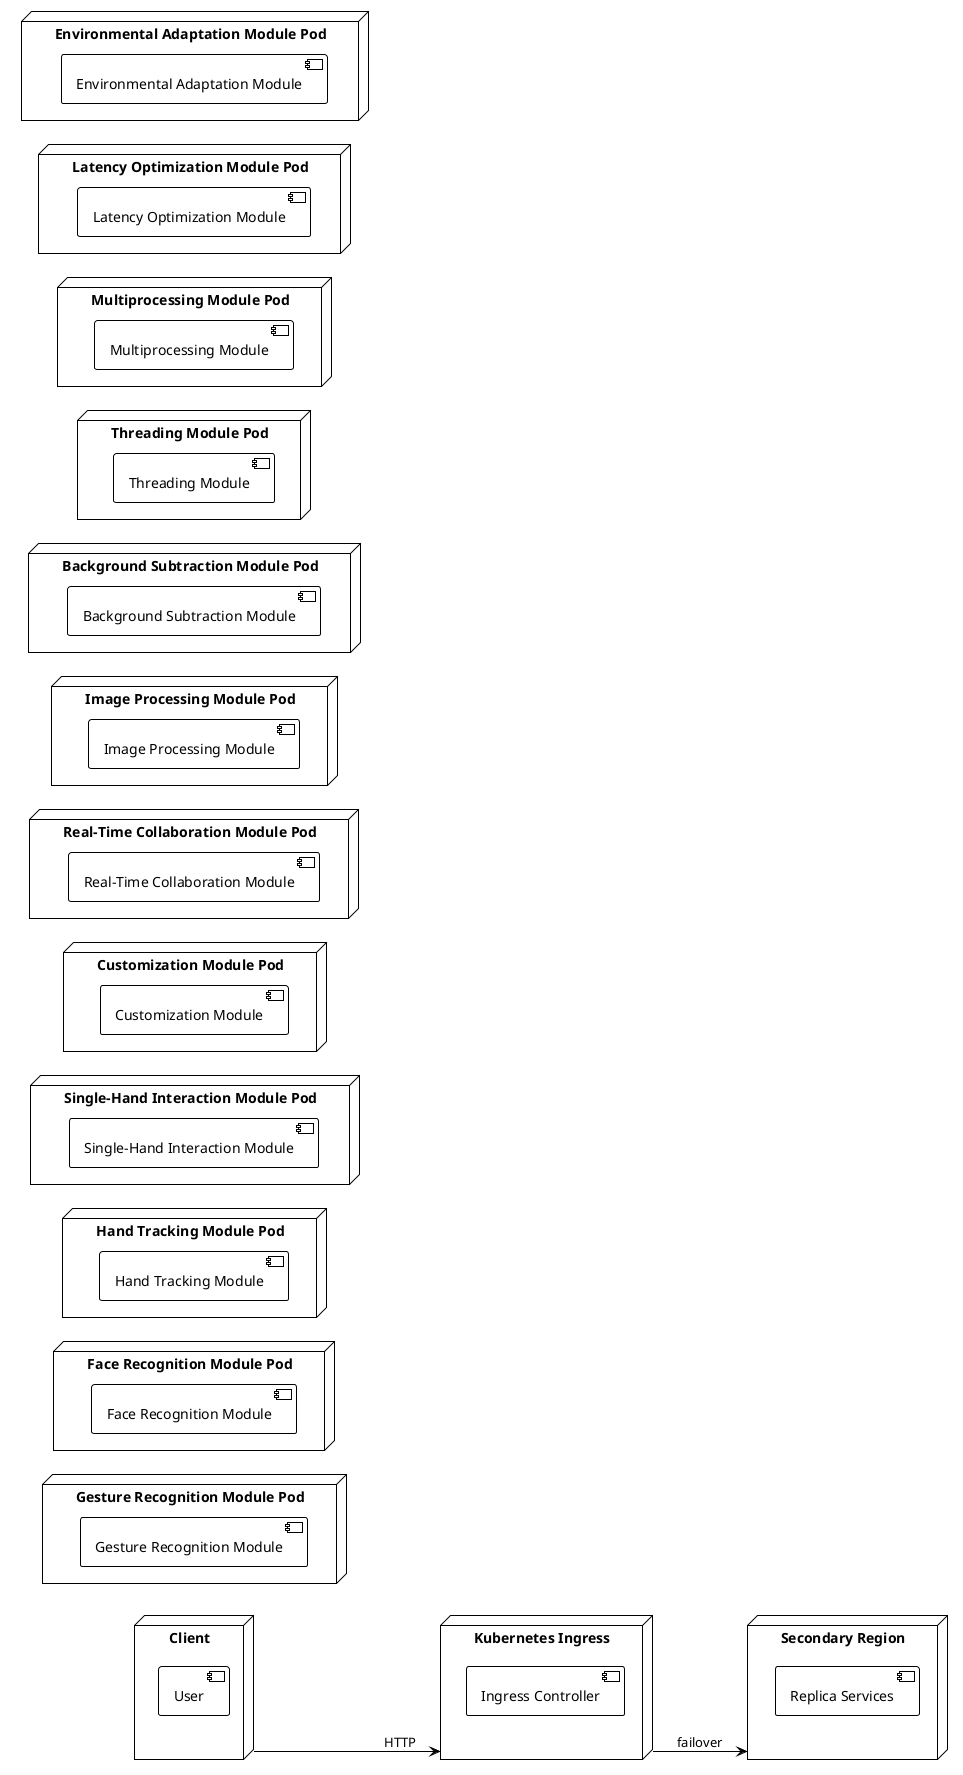
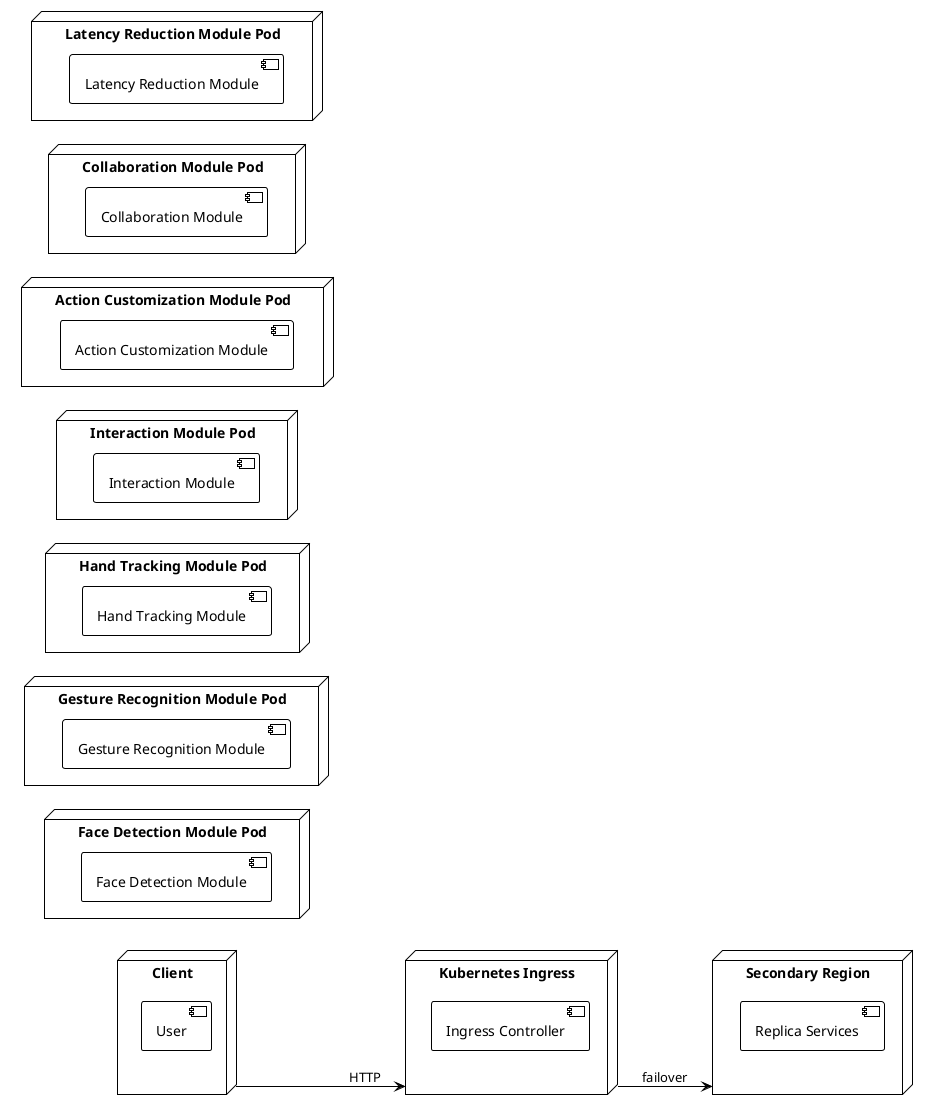
@startuml
!theme plain
left to right direction
node "Client" {
  component "User"
}
node "Kubernetes Ingress" as IngressController {
  component "Ingress Controller"
}
+ node "Face Detection Module Pod" as FaceDetectionModulePod {
+   component "Face Detection Module"
+ }
node "Gesture Recognition Module Pod" as GestureRecognitionModulePod {
  component "Gesture Recognition Module"
- }
- node "Face Recognition Module Pod" as FaceRecognitionModulePod {
-   component "Face Recognition Module"
}
node "Hand Tracking Module Pod" as HandTrackingModulePod {
  component "Hand Tracking Module"
}
- node "Single-Hand Interaction Module Pod" as SingleHandInteractionModulePod {
-   component "Single-Hand Interaction Module"
+ node "Interaction Module Pod" as InteractionModulePod {
+   component "Interaction Module"
}
- node "Customization Module Pod" as CustomizationModulePod {
-   component "Customization Module"
+ node "Action Customization Module Pod" as ActionCustomizationModulePod {
+   component "Action Customization Module"
}
- node "Real-Time Collaboration Module Pod" as RealTimeCollaborationModulePod {
-   component "Real-Time Collaboration Module"
+ node "Collaboration Module Pod" as CollaborationModulePod {
+   component "Collaboration Module"
}
- node "Image Processing Module Pod" as ImageProcessingModulePod {
-   component "Image Processing Module"
- }
- node "Background Subtraction Module Pod" as BackgroundSubtractionModulePod {
-   component "Background Subtraction Module"
- }
- node "Threading Module Pod" as ThreadingModulePod {
-   component "Threading Module"
- }
- node "Multiprocessing Module Pod" as MultiprocessingModulePod {
-   component "Multiprocessing Module"
- }
- node "Latency Optimization Module Pod" as LatencyOptimizationModulePod {
-   component "Latency Optimization Module"
- }
- node "Environmental Adaptation Module Pod" as EnvironmentalAdaptationModulePod {
-   component "Environmental Adaptation Module"
+ node "Latency Reduction Module Pod" as LatencyReductionModulePod {
+   component "Latency Reduction Module"
}
Client --> IngressController : HTTP
node "Secondary Region" as SecondaryRegion {
  component "Replica Services"
}
IngressController --> SecondaryRegion : failover
@enduml